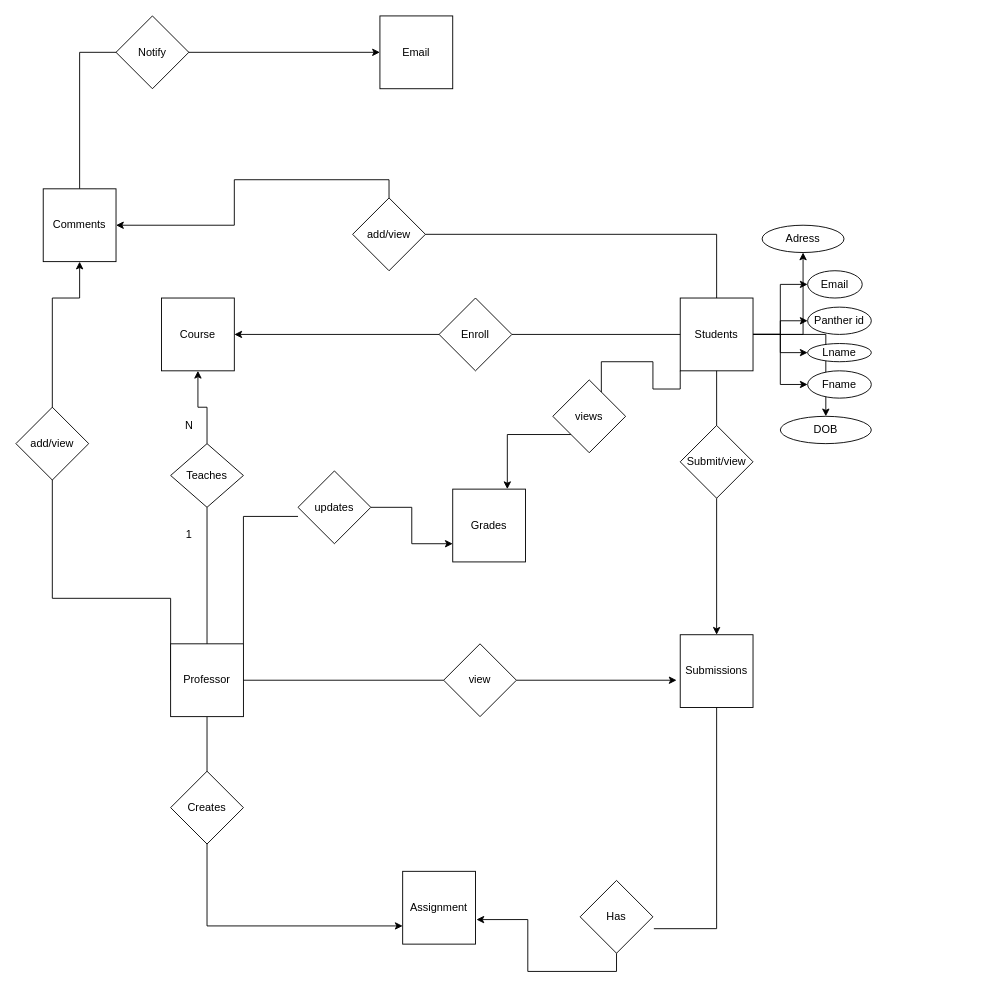
Above: Conceptual Diagram.drawio in Nimma-shravan-kumar-reddy/Database-Management (draw.io), before the change. Source tidied: cells renumbered, new cells numbered last; positions are measured from the earlier drawing's top-left corner, leaving out a move shared by most shapes. Both pictures are drawn from the tidied source at 91%, with x=0, y=0 at pixel (15, 15).
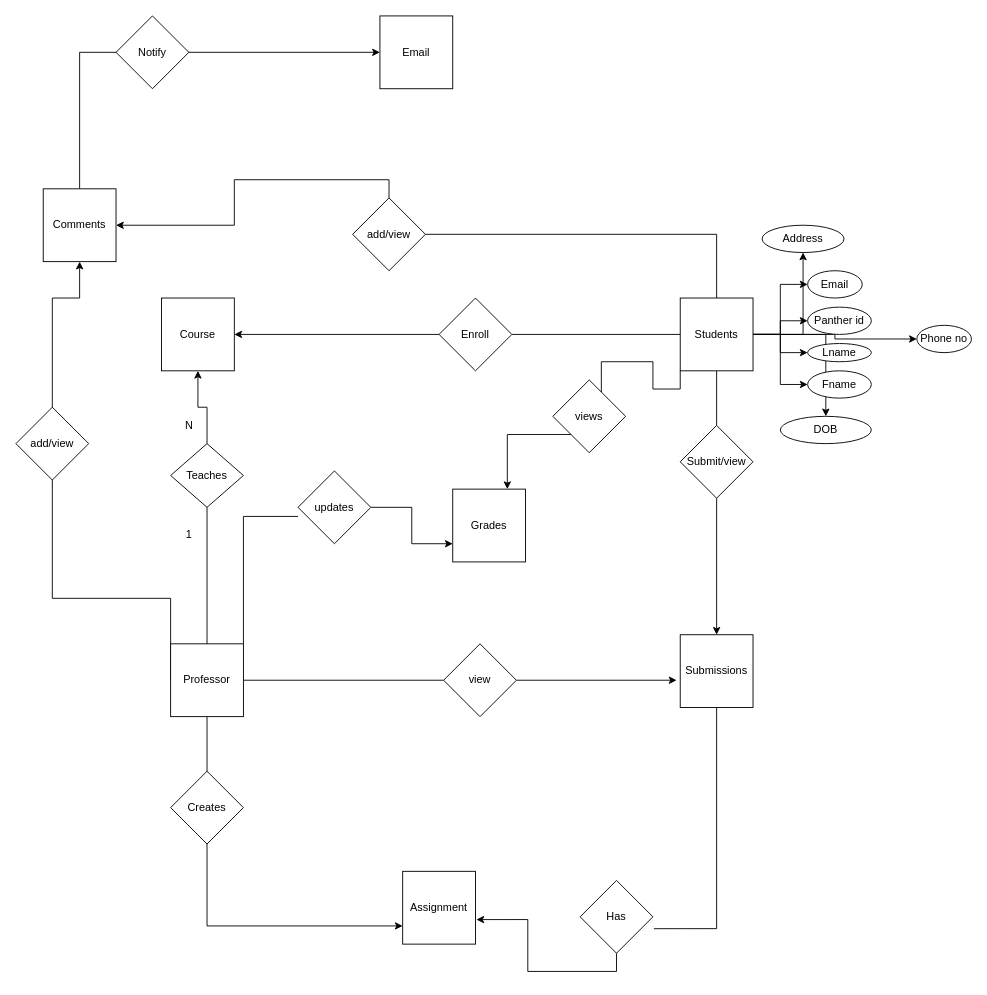
The same diagram, later.

The change refers to these unchanged cells:
```xml
<mxCell id="19" value="Students" style="whiteSpace=wrap;html=1;" parent="1" vertex="1">
  <mxGeometry x="730" y="310" width="80" height="80" as="geometry" />
</mxCell>
```

What changed in the source:
```diff
@@
+    <mxCell id="54" style="edgeStyle=orthogonalEdgeStyle;rounded=0;jettySize=auto;html=1;" parent="1" edge="1" source="19" target="55">
+      <mxGeometry relative="1" as="geometry" />
+    </mxCell>
@@
-    <mxCell id="52" value="Adress" style="ellipse;whiteSpace=wrap;html=1;" parent="1" vertex="1">
+    <mxCell id="52" value="Address" style="ellipse;whiteSpace=wrap;html=1;" parent="1" vertex="1">
       <mxGeometry x="820" y="230" width="90" height="30" as="geometry" />
     </mxCell>
@@
+    <mxCell id="55" value="Phone no" style="ellipse;whiteSpace=wrap;html=1;" parent="1" vertex="1">
+      <mxGeometry x="990" y="340" width="60" height="30" as="geometry" />
+    </mxCell>
```
